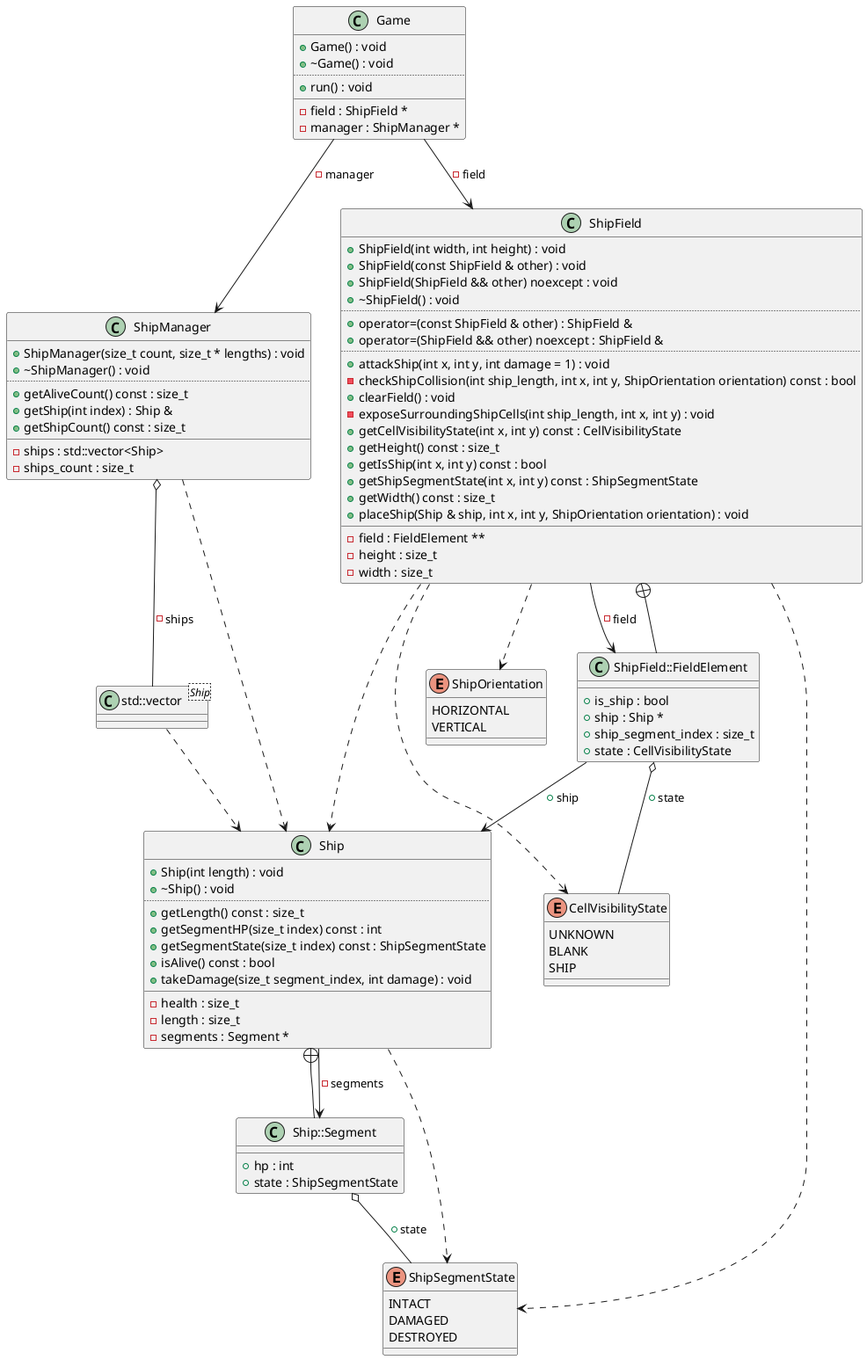
Above: diagrams/main.png in Rennelv/ships (PlantUML), before the change.
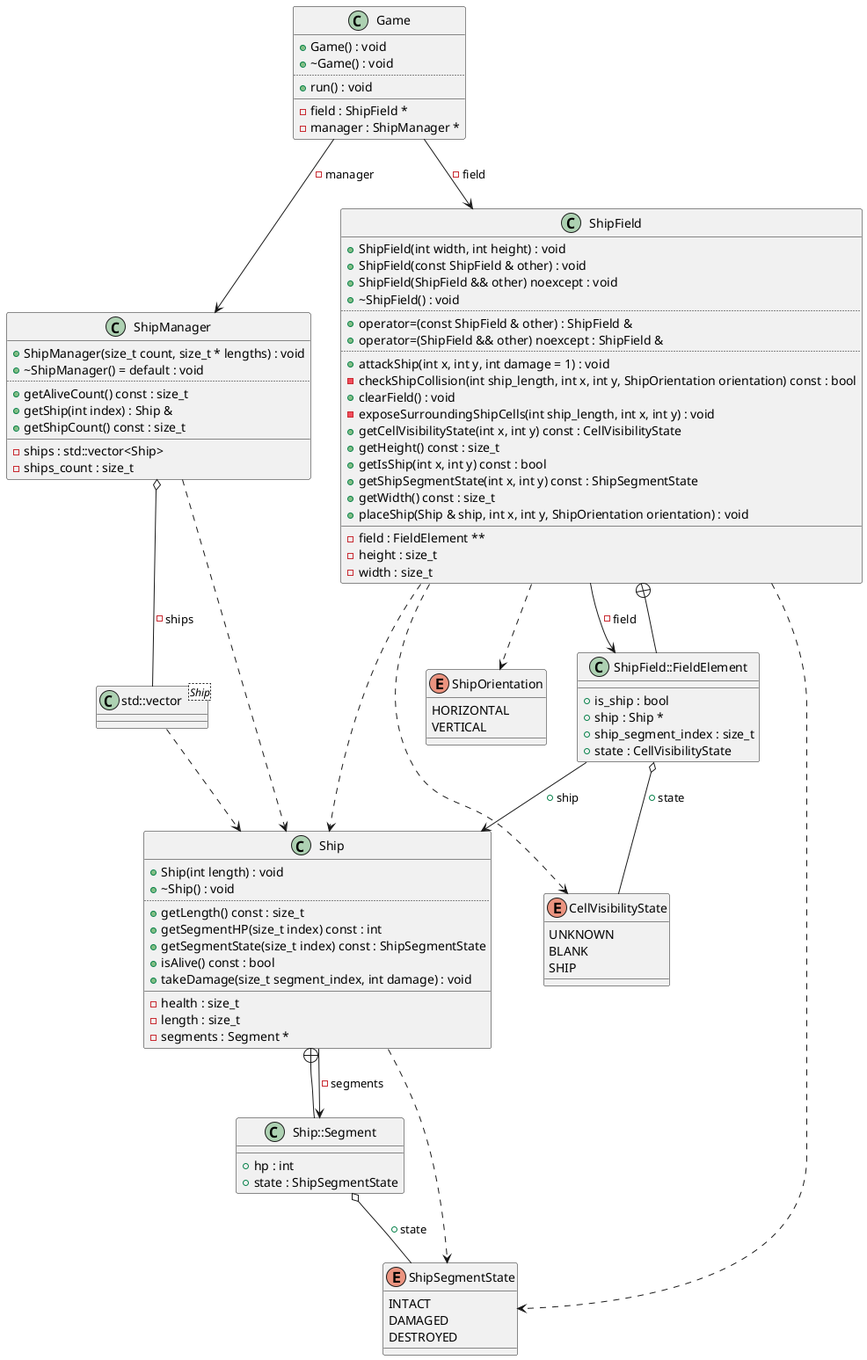
After the change.

The edit, as a diff of the source:
```diff
@@ -77,7 +77,7 @@
 class "ShipManager" as C_0017499122254539489506
 class C_0017499122254539489506 {
 +ShipManager(size_t count, size_t * lengths) : void
-+~ShipManager() : void
++~ShipManager() = default : void
 ..
 +getAliveCount() const : size_t
 +getShip(int index) : Ship &
```
